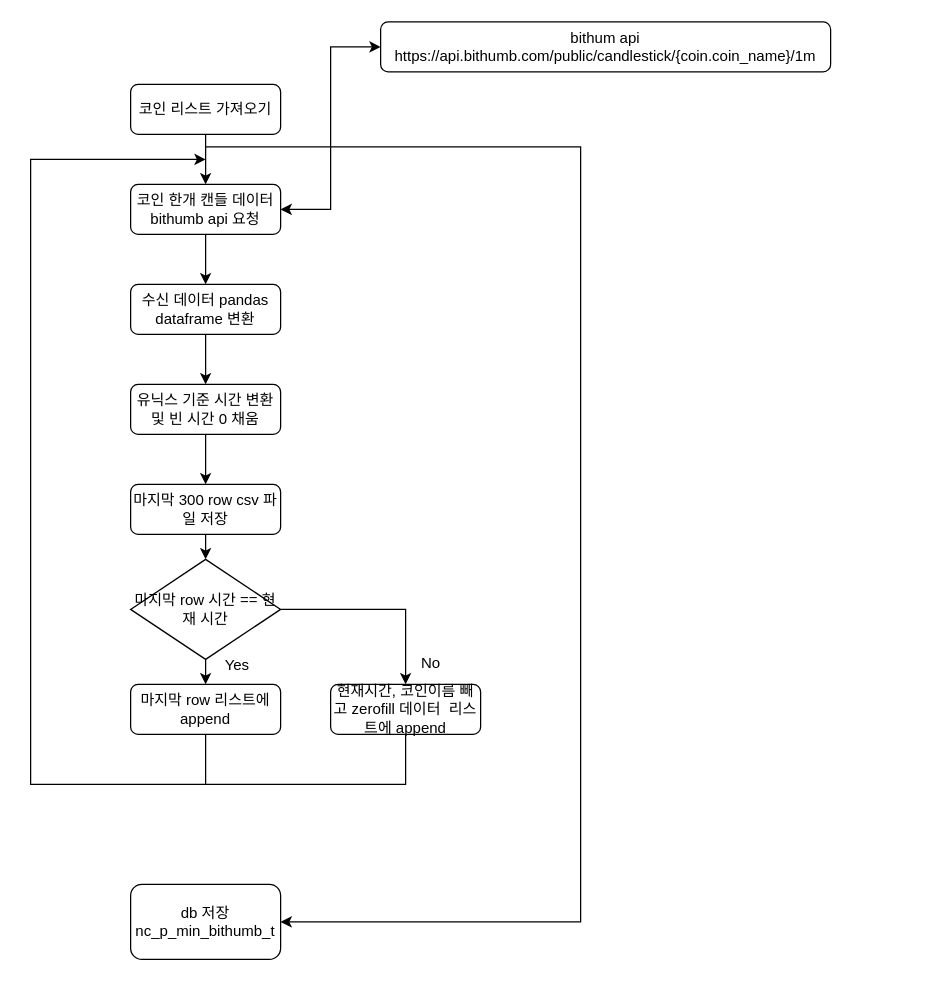
Before: coin_collector_flow.drawio in pkwoo9348/flowchartKP, a draw.io diagram. Source tidied: cells renumbered, new cells numbered last; positions are measured from the earlier drawing's top-left corner, leaving out a move shared by most shapes. Both pictures are drawn from the tidied source at 125%, with x=0, y=0 at pixel (30, 21).
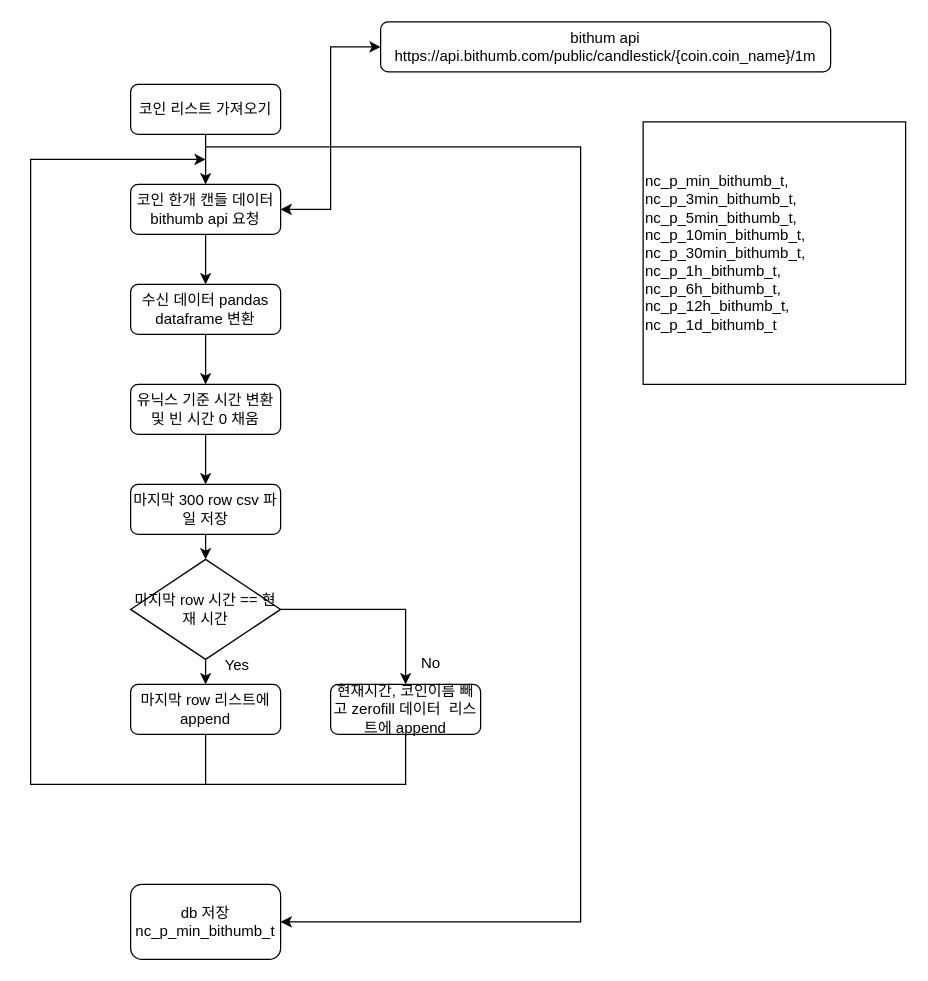
After the change.

What changed in the source:
```diff
@@
+    <mxCell id="25" value="&lt;div style=&quot;&quot;&gt;&lt;span style=&quot;background-color: initial; font-family: 굴림; text-indent: -20pt;&quot;&gt;nc_p_min_bithumb_t, nc_p_3min_bithumb_t,&lt;/span&gt;&lt;/div&gt;&lt;div style=&quot;&quot;&gt;&lt;span style=&quot;background-color: initial; text-indent: -20pt; font-family: 굴림;&quot;&gt;nc_p_5min_bithumb_t,&lt;/span&gt;&lt;/div&gt;&lt;div style=&quot;&quot;&gt;&lt;span style=&quot;background-color: initial; text-indent: -20pt; font-family: 굴림;&quot;&gt;nc_p_10min_bithumb_t,&lt;/span&gt;&lt;/div&gt;&lt;div style=&quot;&quot;&gt;&lt;span style=&quot;background-color: initial; text-indent: -20pt; font-family: 굴림;&quot;&gt;nc_p_30min_bithumb_t,&lt;/span&gt;&lt;/div&gt;&lt;div style=&quot;&quot;&gt;&lt;span style=&quot;background-color: initial; text-indent: -20pt; font-family: 굴림;&quot;&gt;nc_p_1h_bithumb_t,&lt;/span&gt;&lt;/div&gt;&lt;div style=&quot;&quot;&gt;&lt;span style=&quot;background-color: initial; text-indent: -20pt; font-family: 굴림;&quot;&gt;nc_p_6h_bithumb_t,&lt;/span&gt;&lt;/div&gt;&lt;div style=&quot;&quot;&gt;&lt;span style=&quot;background-color: initial; text-indent: -20pt; font-family: 굴림;&quot;&gt;nc_p_12h_bithumb_t,&lt;/span&gt;&lt;/div&gt;&lt;div style=&quot;&quot;&gt;&lt;span style=&quot;background-color: initial; text-indent: -20pt; font-family: 굴림;&quot;&gt;nc_p_1d_bithumb_t&lt;/span&gt;&lt;/div&gt;" style="whiteSpace=wrap;html=1;align=left;" parent="1" vertex="1">
+      <mxGeometry x="490" y="80" width="210" height="210" as="geometry" />
+    </mxCell>
```
